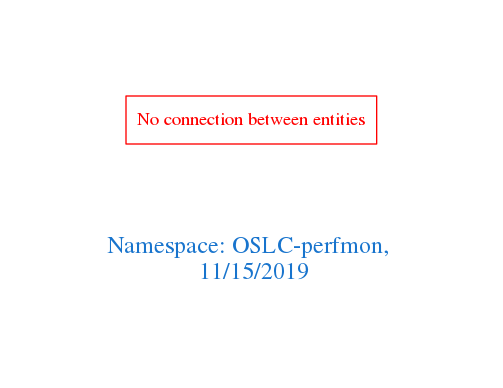
arago/OGIT keeps this Graphviz diagram as downloads/OSLC-perfmon.png. Above is the earlier version. Its source is kept beside it as downloads/OSLC-perfmon.dot.
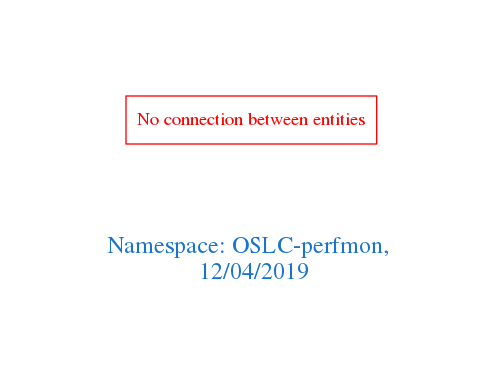
The same file after the commit.

The edit, as a diff of the source:
```diff
@@ -1,7 +1,7 @@
 digraph OGIT_ontology {
  graph [ rankdir= LR,pad=1
 fontsize = 18,
-fontcolor= dodgerblue3,label = "\n\n\nNamespace: OSLC-perfmon, \n 11/15/2019"];
+fontcolor= dodgerblue3,label = "\n\n\nNamespace: OSLC-perfmon, \n 12/04/2019"];
 node[shape=polygon];
 edge [  color="gray81"];
 
```
